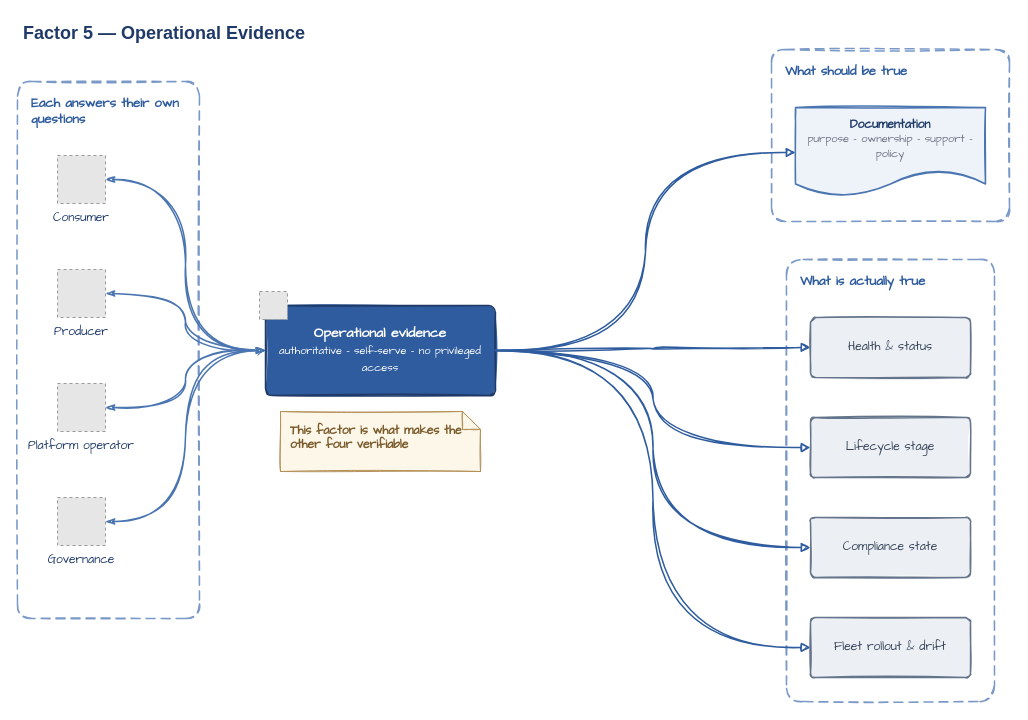
Before: diagrams/factor-5-operational-evidence.drawio in missBerg/platform-capabilities, a draw.io diagram. Source tidied: cells renumbered, new cells numbered last; positions are measured from the earlier drawing's top-left corner, leaving out a move shared by most shapes. Both pictures are drawn from the tidied source at 100%, with x=0, y=0 at pixel (17, 17). Pictures stored in the file or linked from it are replaced by grey dashed boxes.
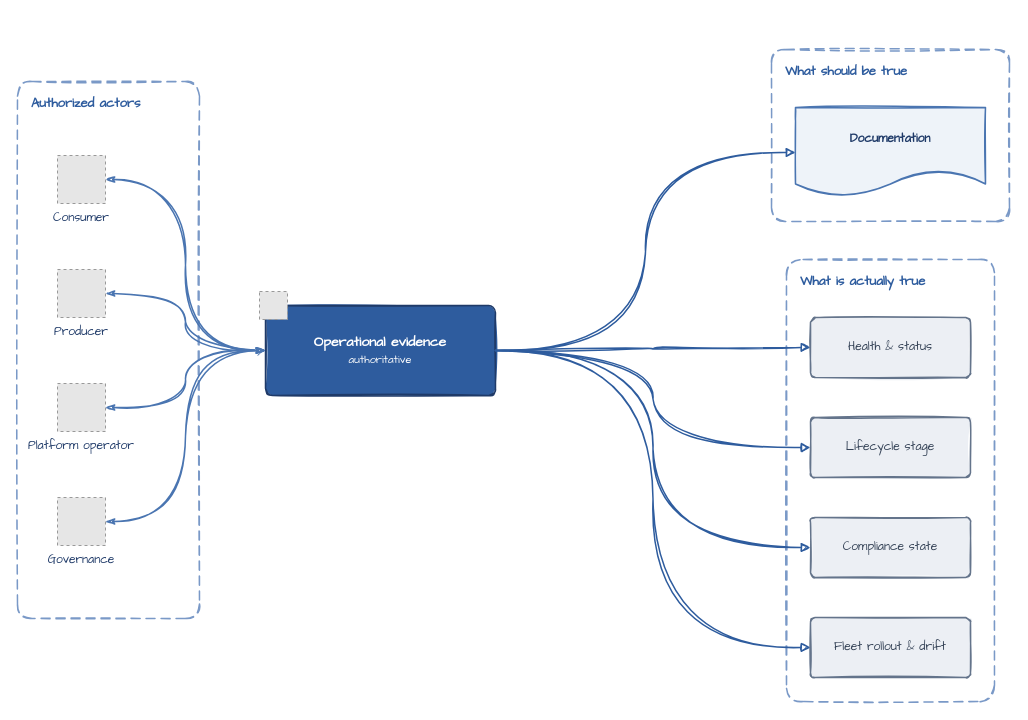
The same diagram, later.

Change to the diagram source:
```diff
@@
-    <mxCell id="2" value="Factor 5 — Operational Evidence" style="text;html=1;align=left;verticalAlign=middle;whiteSpace=wrap;rounded=0;fontColor=#1F3A68;fontFamily=Helvetica;fontSize=18;fontStyle=1;spacingLeft=4;" parent="1" vertex="1">
-      <mxGeometry width="420" height="32" as="geometry" />
-    </mxCell>
-    <mxCell id="3" value="&lt;b&gt;Each answers their own questions&lt;/b&gt;" style="rounded=1;whiteSpace=wrap;html=1;arcSize=8;fillColor=none;strokeColor=#7A99C7;strokeWidth=1.5;fontColor=#2E5C9E;fontFamily=Comic Sans MS;fontSize=13;align=left;verticalAlign=top;dashed=1;dashPattern=6 4;spacingLeft=12;spacingTop=8;shadow=0;sketch=1;" parent="1" vertex="1">
+    <mxCell id="3" value="&lt;b&gt;Authorized actors&lt;/b&gt;" style="rounded=1;whiteSpace=wrap;html=1;arcSize=8;fillColor=none;strokeColor=#7A99C7;strokeWidth=1.5;fontColor=#2E5C9E;fontFamily=Comic Sans MS;fontSize=13;align=left;verticalAlign=top;dashed=1;dashPattern=6 4;spacingLeft=12;spacingTop=8;shadow=0;sketch=1;" parent="1" vertex="1">
       <mxGeometry y="64" width="182" height="537" as="geometry" />
     </mxCell>
@@
-    <mxCell id="10" value="&lt;font style=&quot;color: rgb(255, 255, 255);&quot;&gt;&lt;b&gt;Operational evidence&lt;/b&gt;&lt;br&gt;&lt;font style=&quot;font-size: 11px;&quot;&gt;authoritative - self-serve - no privileged access&lt;/font&gt;&lt;/font&gt;" style="rounded=1;whiteSpace=wrap;html=1;arcSize=8;fillColor=#2E5C9E;strokeColor=#1F3A68;strokeWidth=1.5;fontColor=#FFFFFF;fontFamily=Comic Sans MS;fontSize=14;align=center;verticalAlign=middle;shadow=0;sketch=1;fillStyle=solid;" parent="1" vertex="1">
+    <mxCell id="10" value="&lt;font style=&quot;color: rgb(255, 255, 255);&quot;&gt;&lt;b&gt;Operational evidence&lt;/b&gt;&lt;br&gt;&lt;font style=&quot;font-size: 11px;&quot;&gt;authoritative&lt;/font&gt;" style="rounded=1;whiteSpace=wrap;html=1;arcSize=8;fillColor=#2E5C9E;strokeColor=#1F3A68;strokeWidth=1.5;fontColor=#FFFFFF;fontFamily=Comic Sans MS;fontSize=14;align=center;verticalAlign=middle;shadow=0;sketch=1;fillStyle=solid;" parent="1" vertex="1">
       <mxGeometry x="248" y="288" width="230" height="90" as="geometry" />
     </mxCell>
@@
-    <mxCell id="12" value="&lt;b&gt;This factor is what makes the other four verifiable&lt;/b&gt;" style="shape=note;whiteSpace=wrap;html=1;backgroundOutline=1;fillColor=#FCF7E8;strokeColor=#B5915A;strokeWidth=1;fontColor=#7A5A2A;fontFamily=Comic Sans MS;fontSize=12;align=left;verticalAlign=top;spacingLeft=8;spacingTop=6;spacingRight=8;shadow=0;size=18;sketch=1;fillStyle=solid;" parent="1" vertex="1">
-      <mxGeometry x="263" y="394" width="200" height="60" as="geometry" />
-    </mxCell>
-    <mxCell id="13" value="&lt;b&gt;Documentation&lt;/b&gt;&lt;br&gt;&lt;font style=&quot;font-size: 11px&quot; color=&quot;#6B7280&quot;&gt;purpose - ownership - support - policy&lt;/font&gt;" style="shape=document;whiteSpace=wrap;html=1;boundedLbl=1;fillColor=#EEF3F9;strokeColor=#4A75B1;strokeWidth=1.5;fontColor=#1F3A68;fontFamily=Comic Sans MS;fontSize=12;align=center;verticalAlign=middle;shadow=0;sketch=1;fillStyle=solid;" parent="1" vertex="1">
+    <mxCell id="13" value="&lt;b&gt;Documentation&lt;/b&gt;" style="shape=document;whiteSpace=wrap;html=1;boundedLbl=1;fillColor=#EEF3F9;strokeColor=#4A75B1;strokeWidth=1.5;fontColor=#1F3A68;fontFamily=Comic Sans MS;fontSize=12;align=center;verticalAlign=middle;shadow=0;sketch=1;fillStyle=solid;" parent="1" vertex="1">
       <mxGeometry x="778" y="90" width="190" height="90" as="geometry" />
     </mxCell>
```
